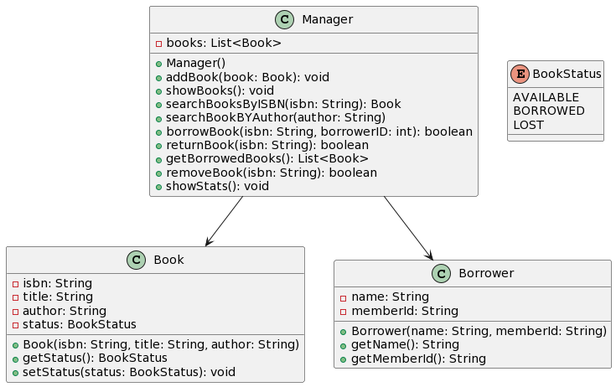
This is class.png from aymane-smi/SAS2, a PlantUML export, as it was before one commit. Its diagram source:
```plantuml
@startuml
class Manager {
  - books: List<Book>
  + Manager()
  + addBook(book: Book): void
  + showBooks(): void
  + searchBooksByISBN(isbn: String): Book
  + searchBookBYAuthor(author: String)
  + borrowBook(isbn: String, borrowerID: int): boolean
  + returnBook(isbn: String): boolean
  + getBorrowedBooks(): List<Book>
  + removeBook(isbn: String): boolean
  + showStats(): void
}

class Book{
  - isbn: String
  - title: String
  - author: String
  - status: BookStatus
  + Book(isbn: String, title: String, author: String)
  + getStatus(): BookStatus
  + setStatus(status: BookStatus): void
}

class Borrower {
  - name: String
  - memberId: String
  + Borrower(name: String, memberId: String)
  + getName(): String
  + getMemberId(): String
}


enum BookStatus {
  AVAILABLE
  BORROWED
  LOST
}

Manager --> Book
Manager --> Borrower
@enduml
```
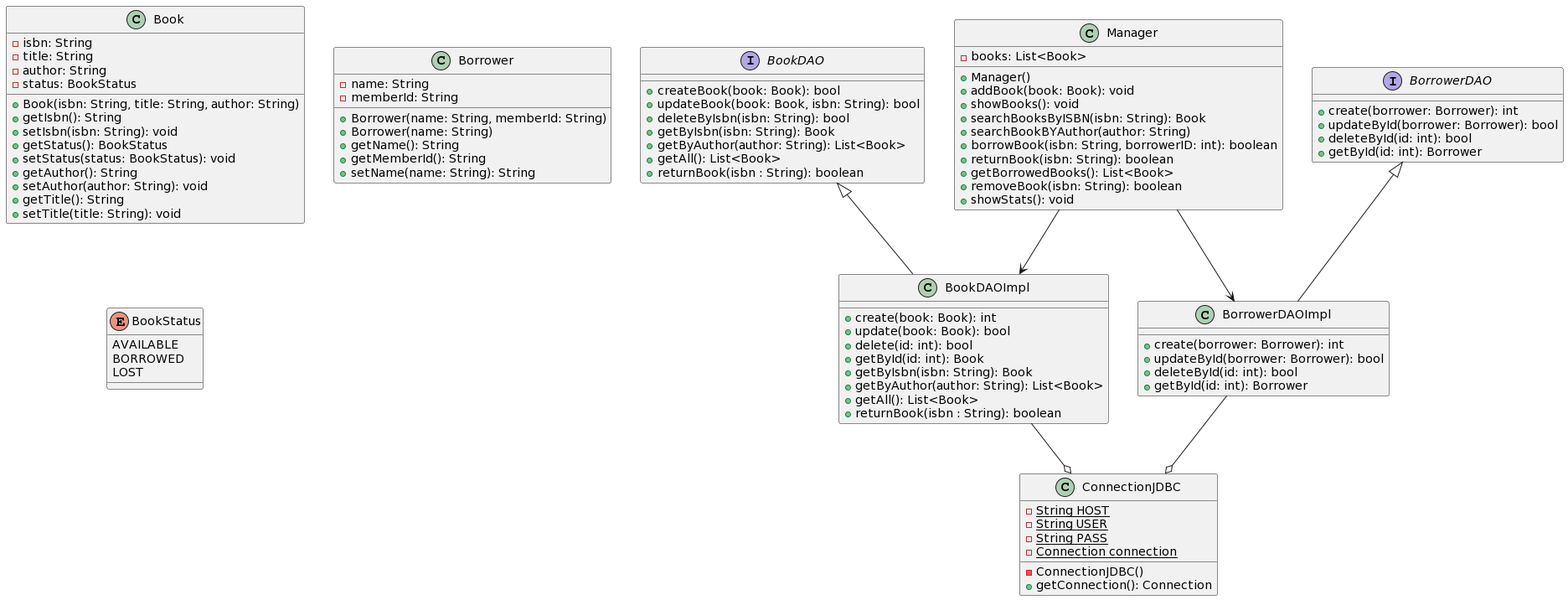
Above is the later version.

Commit message:
SAS2-2 update class diagram

What changed in the source:
```diff
@@ -1,4 +1,79 @@
 @startuml
+!define ENTITY class
+!define DAO interface
+!define IMPL class
+
+class Book{
+  - isbn: String
+  - title: String
+  - author: String
+  - status: BookStatus
+  + Book(isbn: String, title: String, author: String)
+  + getIsbn(): String
+  + setIsbn(isbn: String): void
+  + getStatus(): BookStatus
+  + setStatus(status: BookStatus): void
+  + getAuthor(): String
+  + setAuthor(author: String): void
+  + getTitle(): String
+  + setTitle(title: String): void
+}
+
+class Borrower {
+  - name: String
+  - memberId: String
+  + Borrower(name: String, memberId: String)
+  + Borrower(name: String)
+  + getName(): String
+  + getMemberId(): String
+  + setName(name: String): String
+}
+
+interface BookDAO {
+    + createBook(book: Book): bool
+    + updateBook(book: Book, isbn: String): bool
+    + deleteByIsbn(isbn: String): bool
+    + getByIsbn(isbn: String): Book
+    + getByAuthor(author: String): List<Book>
+    + getAll(): List<Book>
+    + returnBook(isbn : String): boolean
+}
+
+interface BorrowerDAO {
+    + create(borrower: Borrower): int
+    + updateById(borrower: Borrower): bool
+    + deleteById(id: int): bool
+    + getById(id: int): Borrower
+}
+
+class BookDAOImpl {
+    + create(book: Book): int
+    + update(book: Book): bool
+    + delete(id: int): bool
+    + getById(id: int): Book
+    + getByIsbn(isbn: String): Book
+    + getByAuthor(author: String): List<Book>
+    + getAll(): List<Book>
+    + returnBook(isbn : String): boolean
+}
+
+class BorrowerDAOImpl {
+    + create(borrower: Borrower): int
+    + updateById(borrower: Borrower): bool
+    + deleteById(id: int): bool
+    + getById(id: int): Borrower
+}
+
+class ConnectionJDBC{
+   - {static} String HOST
+   - {static} String USER
+   - {static} String PASS
+   - {static} Connection connection
+   - ConnectionJDBC()
+   + getConnection(): Connection
+
+}
+
 class Manager {
   - books: List<Book>
   + Manager()
@@ -13,31 +88,18 @@
   + showStats(): void
 }
 
-class Book{
-  - isbn: String
-  - title: String
-  - author: String
-  - status: BookStatus
-  + Book(isbn: String, title: String, author: String)
-  + getStatus(): BookStatus
-  + setStatus(status: BookStatus): void
-}
-
-class Borrower {
-  - name: String
-  - memberId: String
-  + Borrower(name: String, memberId: String)
-  + getName(): String
-  + getMemberId(): String
-}
-
-
 enum BookStatus {
   AVAILABLE
   BORROWED
   LOST
 }
 
-Manager --> Book
-Manager --> Borrower
+Manager --> BookDAOImpl
+Manager --> BorrowerDAOImpl
+
+
+BookDAO <|-- BookDAOImpl
+BookDAOImpl --o ConnectionJDBC
+BorrowerDAO <|-- BorrowerDAOImpl
+BorrowerDAOImpl --o ConnectionJDBC
 @enduml
```
